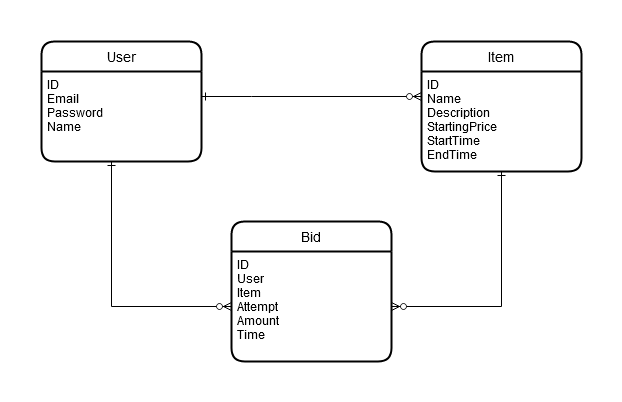
The draw.io diagram database/ER Diagram.png in beep101/auctionAppBackend, before a commit. Source tidied: cells renumbered, new cells last; positions are measured from the earlier drawing's top-left corner, leaving out a move shared by most shapes.
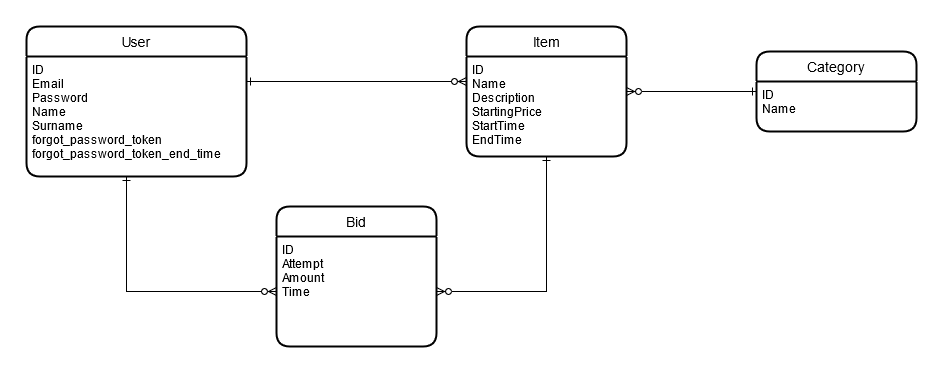
After the change.

Change to the diagram source:
```diff
@@ -3,10 +3,10 @@
     <mxCell id="0" />
     <mxCell id="1" parent="0" />
     <mxCell id="2" value="User" style="swimlane;horizontal=1;startSize=30;rounded=1;fontSize=14;fontStyle=0;strokeWidth=2;shadow=0;dashed=0;align=center;" parent="1" vertex="1">
-      <mxGeometry width="160" height="120" as="geometry" />
+      <mxGeometry x="-60" width="220" height="150" as="geometry" />
     </mxCell>
-    <mxCell id="3" value="ID&#10;Email&#10;Password&#10;Name&#10;" style="align=left;strokeColor=none;fillColor=none;spacingLeft=4;fontSize=12;verticalAlign=top;" parent="2" vertex="1">
-      <mxGeometry y="30" width="160" height="90" as="geometry" />
+    <mxCell id="3" value="ID&#10;Email&#10;Password&#10;Name&#10;Surname&#10;forgot_password_token&#10;forgot_password_token_end_time&#10;&#10;&#10;" style="align=left;strokeColor=none;fillColor=none;spacingLeft=4;fontSize=12;verticalAlign=top;" parent="2" vertex="1">
+      <mxGeometry y="30" width="220" height="120" as="geometry" />
     </mxCell>
     <mxCell id="4" value="Item" style="swimlane;horizontal=1;startSize=30;rounded=1;fontSize=14;fontStyle=0;strokeWidth=2;shadow=0;dashed=0;align=center;" parent="1" vertex="1">
       <mxGeometry x="380" width="160" height="130" as="geometry" />
@@ -25,7 +25,7 @@
     <mxCell id="7" value="Bid" style="swimlane;horizontal=1;startSize=30;rounded=1;fontSize=14;fontStyle=0;strokeWidth=2;shadow=0;dashed=0;align=center;" parent="1" vertex="1">
       <mxGeometry x="190" y="180" width="160" height="140" as="geometry" />
     </mxCell>
-    <mxCell id="8" value="ID&#10;User&#10;Item&#10;Attempt&#10;Amount&#10;Time&#10;" style="align=left;strokeColor=none;fillColor=none;spacingLeft=4;fontSize=12;verticalAlign=top;" parent="7" vertex="1">
+    <mxCell id="8" value="ID&#10;Attempt&#10;Amount&#10;Time&#10;" style="align=left;strokeColor=none;fillColor=none;spacingLeft=4;fontSize=12;verticalAlign=top;" parent="7" vertex="1">
       <mxGeometry y="30" width="160" height="110" as="geometry" />
     </mxCell>
     <mxCell id="9" style="edgeStyle=orthogonalEdgeStyle;rounded=0;jettySize=auto;html=1;startArrow=ERzeroToMany;startFill=1;endArrow=ERone;endFill=0;" parent="1" edge="1" source="8" target="4">
@@ -34,9 +34,18 @@
     <mxCell id="10" style="edgeStyle=orthogonalEdgeStyle;rounded=0;jettySize=auto;html=1;entryX=0;entryY=0.5;entryDx=0;entryDy=0;startArrow=ERone;startFill=0;endArrow=ERzeroToMany;endFill=1;" parent="1" edge="1" source="3" target="8">
       <mxGeometry relative="1" as="geometry">
         <Array as="points">
-          <mxPoint x="70" y="265" />
+          <mxPoint x="40" y="265" />
         </Array>
       </mxGeometry>
     </mxCell>
+    <mxCell id="11" style="edgeStyle=orthogonalEdgeStyle;rounded=0;jettySize=auto;html=1;endArrow=ERzeroToMany;endFill=1;startArrow=ERone;startFill=0;" parent="1" edge="1" source="12" target="4">
+      <mxGeometry relative="1" as="geometry" />
+    </mxCell>
+    <mxCell id="12" value="Category" style="swimlane;horizontal=1;startSize=30;rounded=1;fontSize=14;fontStyle=0;strokeWidth=2;shadow=0;dashed=0;align=center;" parent="1" vertex="1">
+      <mxGeometry x="670" y="25" width="160" height="80" as="geometry" />
+    </mxCell>
+    <mxCell id="13" value="ID&#10;Name&#10;" style="align=left;strokeColor=none;fillColor=none;spacingLeft=4;fontSize=12;verticalAlign=top;" parent="12" vertex="1">
+      <mxGeometry y="30" width="160" height="50" as="geometry" />
+    </mxCell>
   </root>
 </mxGraphModel>
```
